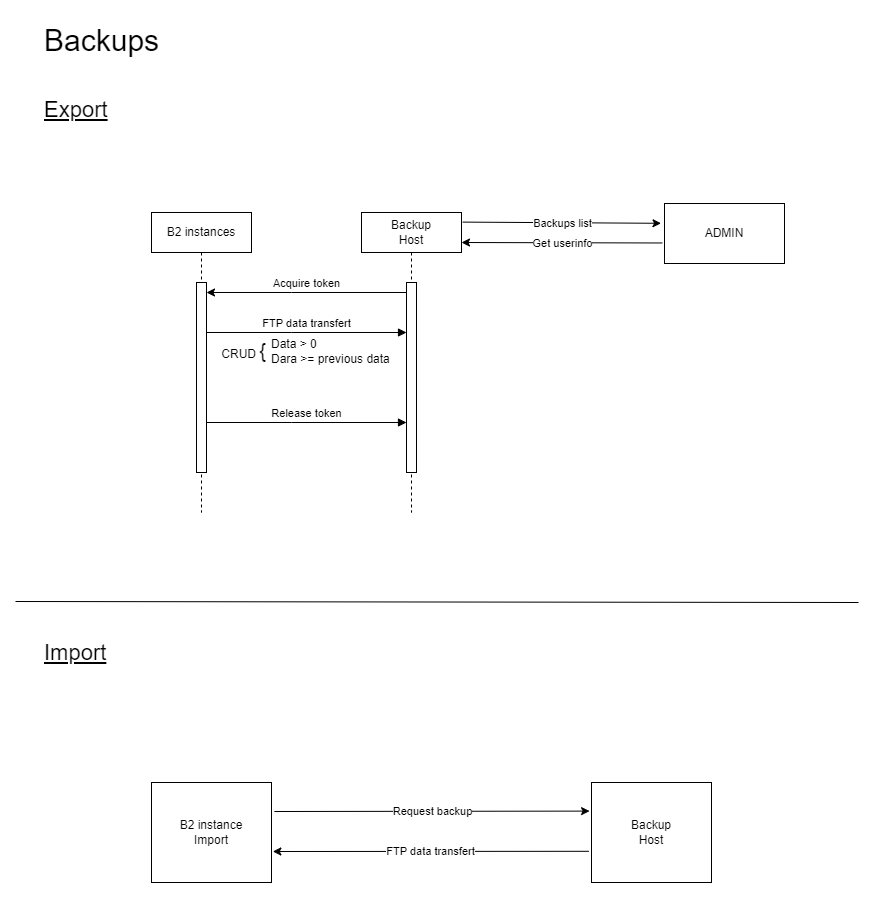
This is doc/Backups.png from yesbabylon/b2, a draw.io export, as it was before one commit. Source tidied: cells renumbered, new cells last; positions are measured from the earlier drawing's top-left corner, leaving out a move shared by most shapes.
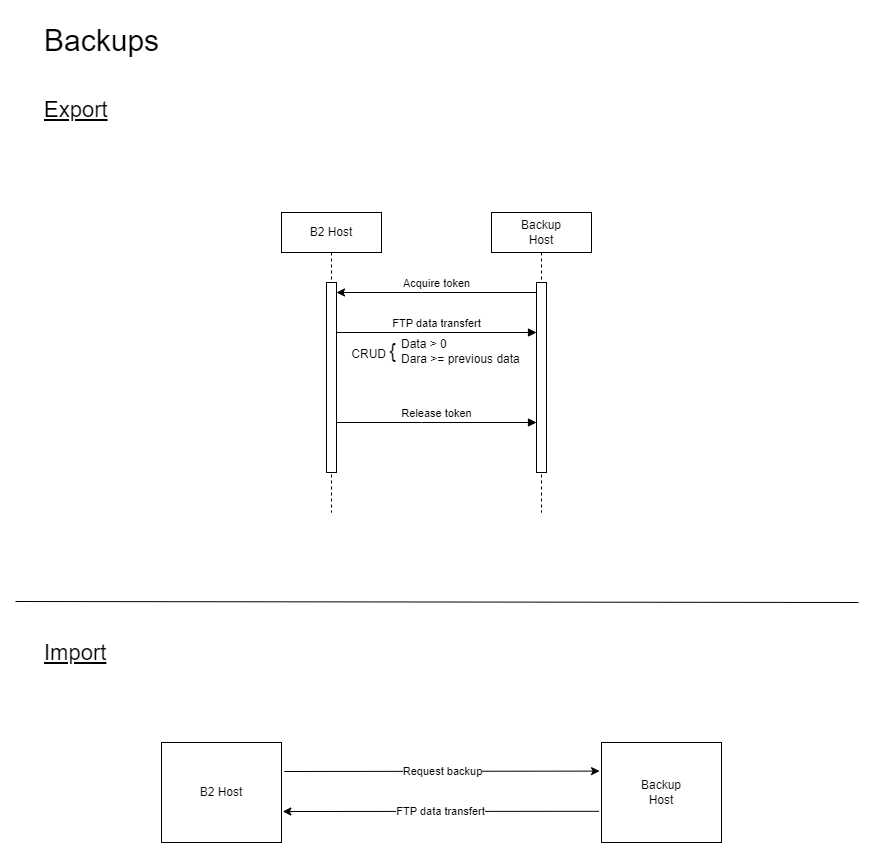
Above is the later version.

The edit, as a diff of the source:
```diff
@@ -2,14 +2,14 @@
   <root>
     <mxCell id="0" />
     <mxCell id="1" parent="0" />
-    <mxCell id="2" value="B2 instances" style="shape=umlLifeline;perimeter=lifelinePerimeter;whiteSpace=wrap;html=1;newEdgeStyle={&quot;edgeStyle&quot;:&quot;elbowEdgeStyle&quot;,&quot;elbow&quot;:&quot;vertical&quot;,&quot;curved&quot;:0,&quot;rounded&quot;:0};" parent="1" vertex="1">
-      <mxGeometry x="136" y="197" width="100" height="300" as="geometry" />
+    <mxCell id="2" value="B2 Host" style="shape=umlLifeline;perimeter=lifelinePerimeter;whiteSpace=wrap;html=1;newEdgeStyle={&quot;edgeStyle&quot;:&quot;elbowEdgeStyle&quot;,&quot;elbow&quot;:&quot;vertical&quot;,&quot;curved&quot;:0,&quot;rounded&quot;:0};" parent="1" vertex="1">
+      <mxGeometry x="266" y="197" width="100" height="300" as="geometry" />
     </mxCell>
     <mxCell id="3" style="html=1;points=[];perimeter=orthogonalPerimeter;outlineConnect=0;targetShapes=umlLifeline;portConstraint=eastwest;newEdgeStyle={&quot;edgeStyle&quot;:&quot;elbowEdgeStyle&quot;,&quot;elbow&quot;:&quot;vertical&quot;,&quot;curved&quot;:0,&quot;rounded&quot;:0};" parent="2" vertex="1">
       <mxGeometry x="45" y="70" width="10" height="190" as="geometry" />
     </mxCell>
     <mxCell id="4" value="Backup&lt;br&gt;Host" style="shape=umlLifeline;perimeter=lifelinePerimeter;whiteSpace=wrap;html=1;outlineConnect=0;portConstraint=eastwest;newEdgeStyle={&quot;edgeStyle&quot;:&quot;elbowEdgeStyle&quot;,&quot;elbow&quot;:&quot;vertical&quot;,&quot;curved&quot;:0,&quot;rounded&quot;:0};" parent="1" vertex="1">
-      <mxGeometry x="346" y="197" width="100" height="300" as="geometry" />
+      <mxGeometry x="476" y="197" width="100" height="300" as="geometry" />
     </mxCell>
     <mxCell id="5" style="html=1;points=[];perimeter=orthogonalPerimeter;outlineConnect=0;targetShapes=umlLifeline;portConstraint=eastwest;newEdgeStyle={&quot;edgeStyle&quot;:&quot;elbowEdgeStyle&quot;,&quot;elbow&quot;:&quot;vertical&quot;,&quot;curved&quot;:0,&quot;rounded&quot;:0};" parent="4" vertex="1">
       <mxGeometry x="45" y="70" width="10" height="190" as="geometry" />
@@ -17,51 +17,32 @@
     <mxCell id="6" value="Acquire token" style="html=1;verticalAlign=bottom;endArrow=none;edgeStyle=elbowEdgeStyle;elbow=vertical;curved=0;rounded=0;startArrow=classic;startFill=1;endFill=0;" parent="1" edge="1" source="3" target="5">
       <mxGeometry relative="1" as="geometry">
         <Array as="points">
-          <mxPoint x="276" y="277" />
+          <mxPoint x="406" y="277" />
         </Array>
       </mxGeometry>
     </mxCell>
     <mxCell id="7" value="FTP data transfert" style="html=1;verticalAlign=bottom;endArrow=block;edgeStyle=elbowEdgeStyle;elbow=vertical;curved=0;rounded=0;" parent="1" edge="1" target="5">
       <mxGeometry relative="1" as="geometry">
-        <mxPoint x="191" y="317" as="sourcePoint" />
+        <mxPoint x="321" y="317" as="sourcePoint" />
         <Array as="points">
-          <mxPoint x="276" y="317" />
+          <mxPoint x="406" y="317" />
         </Array>
       </mxGeometry>
     </mxCell>
     <mxCell id="8" value="CRUD &lt;font style=&quot;font-size: 20px;&quot;&gt;{&lt;/font&gt;" style="text;html=1;align=right;verticalAlign=middle;strokeColor=none;fillColor=none;" parent="1" vertex="1">
-      <mxGeometry x="182" y="315" width="70" height="40" as="geometry" />
+      <mxGeometry x="312" y="315" width="70" height="40" as="geometry" />
     </mxCell>
     <mxCell id="9" value="Data &amp;gt; 0&lt;br&gt;&lt;div style=&quot;&quot;&gt;&lt;span style=&quot;background-color: initial;&quot;&gt;Dara &amp;gt;= previous data&lt;/span&gt;&lt;/div&gt;" style="text;html=1;align=left;verticalAlign=middle;strokeColor=none;fillColor=none;" parent="1" vertex="1">
-      <mxGeometry x="254" y="316" width="140" height="40" as="geometry" />
+      <mxGeometry x="384" y="316" width="140" height="40" as="geometry" />
     </mxCell>
     <mxCell id="10" value="Release token" style="html=1;verticalAlign=bottom;endArrow=block;edgeStyle=elbowEdgeStyle;elbow=vertical;curved=0;rounded=0;" parent="1" edge="1" target="5">
       <mxGeometry relative="1" as="geometry">
-        <mxPoint x="191" y="407" as="sourcePoint" />
+        <mxPoint x="321" y="407" as="sourcePoint" />
         <Array as="points">
-          <mxPoint x="276" y="407" />
+          <mxPoint x="406" y="407" />
         </Array>
       </mxGeometry>
     </mxCell>
-    <mxCell id="11" value="ADMIN" style="whiteSpace=wrap;html=1;" parent="1" vertex="1">
-      <mxGeometry x="649" y="188" width="120" height="60" as="geometry" />
-    </mxCell>
-    <mxCell id="12" style="edgeStyle=none;jettySize=auto;html=1;rounded=0;exitX=1.012;exitY=0.032;exitDx=0;exitDy=0;exitPerimeter=0;entryX=-0.029;entryY=0.33;entryDx=0;entryDy=0;entryPerimeter=0;" parent="1" edge="1" source="4" target="11">
-      <mxGeometry relative="1" as="geometry" />
-    </mxCell>
-    <mxCell id="13" value="Backups list" style="edgeLabel;html=1;align=center;verticalAlign=middle;" parent="12" vertex="1">
-      <mxGeometry x="-0.03" relative="1" as="geometry">
-        <mxPoint x="3" as="offset" />
-      </mxGeometry>
-    </mxCell>
-    <mxCell id="14" style="edgeStyle=none;jettySize=auto;html=1;rounded=0;exitX=-0.018;exitY=0.658;exitDx=0;exitDy=0;exitPerimeter=0;entryX=1;entryY=0.1;entryDx=0;entryDy=0;entryPerimeter=0;" parent="1" edge="1" source="11" target="4">
-      <mxGeometry relative="1" as="geometry" />
-    </mxCell>
-    <mxCell id="15" value="Get userinfo" style="edgeLabel;html=1;align=center;verticalAlign=middle;" parent="14" vertex="1">
-      <mxGeometry x="-0.02" relative="1" as="geometry">
-        <mxPoint x="-2" as="offset" />
-      </mxGeometry>
-    </mxCell>
     <mxCell id="16" value="&lt;font style=&quot;font-size: 30px;&quot;&gt;Backups&lt;/font&gt;" style="text;html=1;align=left;verticalAlign=middle;strokeColor=none;fillColor=none;" parent="1" vertex="1">
       <mxGeometry x="27" width="140" height="50" as="geometry" />
     </mxCell>
@@ -71,11 +52,11 @@
     <mxCell id="18" value="&lt;font size=&quot;1&quot; style=&quot;&quot;&gt;&lt;u style=&quot;font-size: 22px;&quot;&gt;Import&lt;/u&gt;&lt;/font&gt;" style="text;html=1;align=left;verticalAlign=middle;strokeColor=none;fillColor=none;" parent="1" vertex="1">
       <mxGeometry x="27" y="618" width="90" height="40" as="geometry" />
     </mxCell>
-    <mxCell id="19" value="B2 instance&lt;br&gt;Import" style="whiteSpace=wrap;html=1;" parent="1" vertex="1">
-      <mxGeometry x="136" y="767" width="120" height="100" as="geometry" />
+    <mxCell id="19" value="B2 Host" style="whiteSpace=wrap;html=1;" parent="1" vertex="1">
+      <mxGeometry x="146" y="727" width="120" height="100" as="geometry" />
     </mxCell>
     <mxCell id="20" value="Backup&lt;br&gt;Host" style="whiteSpace=wrap;html=1;" parent="1" vertex="1">
-      <mxGeometry x="576" y="767" width="120" height="100" as="geometry" />
+      <mxGeometry x="586" y="727" width="120" height="100" as="geometry" />
     </mxCell>
     <mxCell id="21" value="Request backup" style="edgeStyle=none;jettySize=auto;html=1;rounded=0;exitX=1.024;exitY=0.29;exitDx=0;exitDy=0;exitPerimeter=0;entryX=-0.016;entryY=0.286;entryDx=0;entryDy=0;entryPerimeter=0;" parent="1" edge="1" source="19" target="20">
       <mxGeometry relative="1" as="geometry" />
```
